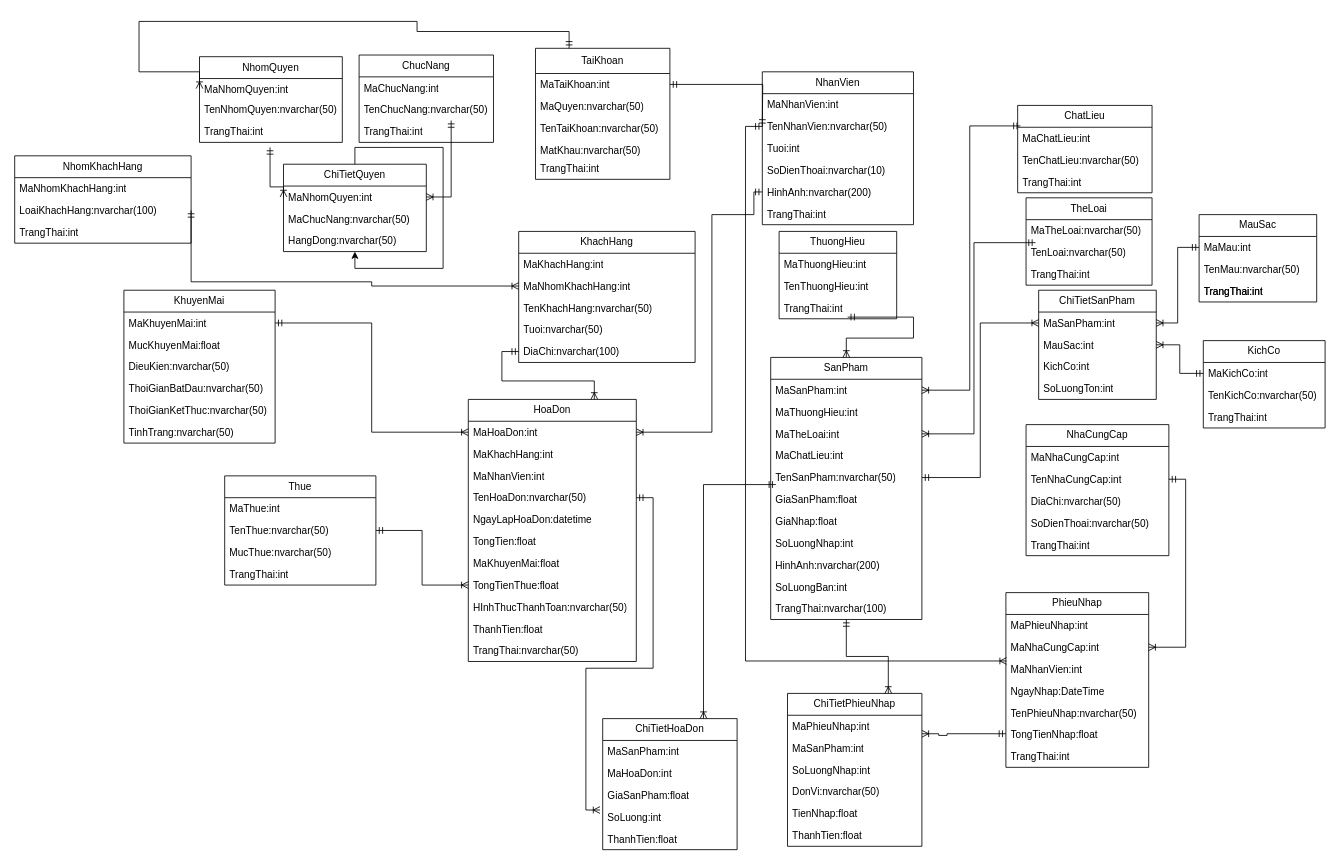
maivantai2003/SportStoreManager keeps this draw.io diagram as Biểu đồ không có tiêu đề (1).drawio. Above is the earlier version. Source tidied: cells renumbered, new cells numbered last; positions are measured from the earlier drawing's top-left corner, leaving out a move shared by most shapes. Both pictures are drawn from the tidied source at 84%, with x=0, y=0 at pixel (14, 21).
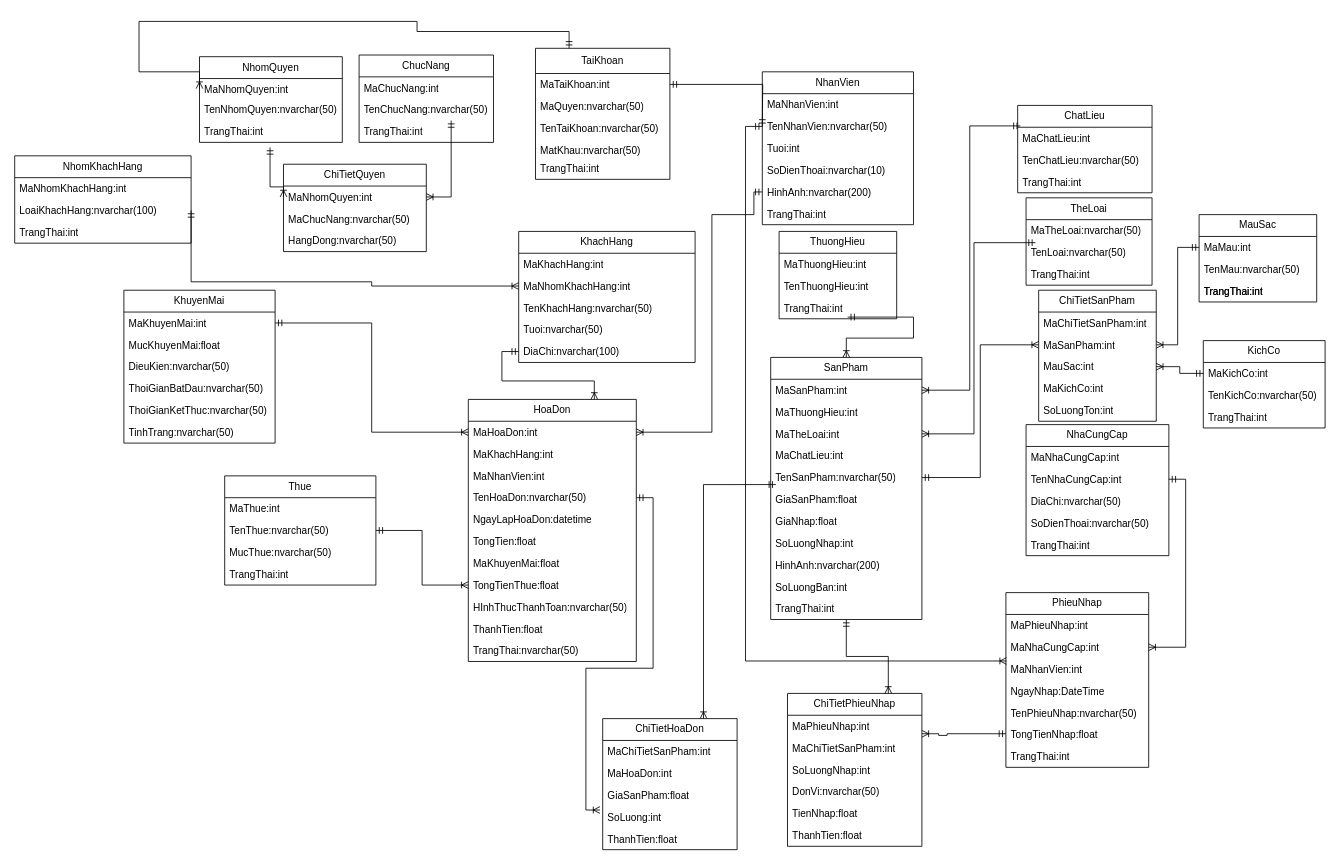
The same page after the edit.

Commit message:
Cập nhật Biểu đồ không có tiêu đề (1).drawio

The change refers to these unchanged cells:
```xml
<mxCell id="10" value="ChiTietQuyen" style="swimlane;fontStyle=0;horizontal=1;startSize=26;fillColor=none;whiteSpace=wrap;html=1;" parent="1" vertex="1">
  <mxGeometry x="320" y="170" width="170" height="104" as="geometry" />
</mxCell>
<mxCell id="41" value="SanPham" style="swimlane;fontStyle=0;horizontal=1;startSize=26;fillColor=none;whiteSpace=wrap;html=1;" parent="1" vertex="1">
  <mxGeometry x="900" y="400" width="180" height="312" as="geometry" />
</mxCell>
<mxCell id="80" value="ChiTietPhieuNhap" style="swimlane;fontStyle=0;horizontal=1;startSize=26;fillColor=none;whiteSpace=wrap;html=1;" parent="1" vertex="1">
  <mxGeometry x="920" y="800" width="160" height="182" as="geometry" />
</mxCell>
<mxCell id="110" value="ChiTietHoaDon" style="swimlane;fontStyle=0;horizontal=1;startSize=26;fillColor=none;whiteSpace=wrap;html=1;" parent="1" vertex="1">
  <mxGeometry x="700" y="830" width="160" height="156" as="geometry" />
</mxCell>
```

What changed in the source:
```diff
@@
-    <mxCell id="52" value="TrangThai:nvarchar(100)" style="text;strokeColor=none;fillColor=none;align=left;verticalAlign=top;spacingLeft=4;spacingRight=4;overflow=hidden;whiteSpace=wrap;html=1;" parent="41" vertex="1">
+    <mxCell id="52" value="TrangThai:int" style="text;strokeColor=none;fillColor=none;align=left;verticalAlign=top;spacingLeft=4;spacingRight=4;overflow=hidden;whiteSpace=wrap;html=1;" parent="41" vertex="1">
       <mxGeometry y="286" width="180" height="26" as="geometry" />
     </mxCell>
@@
-    <mxCell id="82" value="MaSanPham:int" style="text;strokeColor=none;fillColor=none;align=left;verticalAlign=top;spacingLeft=4;spacingRight=4;overflow=hidden;whiteSpace=wrap;html=1;" parent="80" vertex="1">
+    <mxCell id="82" value="MaChiTietSanPham:int" style="text;strokeColor=none;fillColor=none;align=left;verticalAlign=top;spacingLeft=4;spacingRight=4;overflow=hidden;whiteSpace=wrap;html=1;" parent="80" vertex="1">
       <mxGeometry y="52" width="160" height="26" as="geometry" />
     </mxCell>
@@
-    <mxCell id="111" value="MaSanPham:int" style="text;strokeColor=none;fillColor=none;align=left;verticalAlign=top;spacingLeft=4;spacingRight=4;overflow=hidden;whiteSpace=wrap;html=1;" parent="110" vertex="1">
+    <mxCell id="111" value="MaChiTietSanPham:int" style="text;strokeColor=none;fillColor=none;align=left;verticalAlign=top;spacingLeft=4;spacingRight=4;overflow=hidden;whiteSpace=wrap;html=1;" parent="110" vertex="1">
       <mxGeometry y="26" width="160" height="26" as="geometry" />
     </mxCell>
@@
     <mxCell id="133" value="ChiTietSanPham" style="swimlane;fontStyle=0;horizontal=1;startSize=26;fillColor=none;whiteSpace=wrap;html=1;" parent="1" vertex="1">
-      <mxGeometry x="1219" y="320" width="140" height="130" as="geometry" />
+      <mxGeometry x="1219" y="320" width="140" height="156" as="geometry" />
     </mxCell>
+    <mxCell id="148" value="MaChiTietSanPham:int" style="text;strokeColor=none;fillColor=none;align=left;verticalAlign=top;spacingLeft=4;spacingRight=4;overflow=hidden;whiteSpace=wrap;html=1;" parent="133" vertex="1">
+      <mxGeometry y="26" width="140" height="26" as="geometry" />
+    </mxCell>
     <mxCell id="134" value="MaSanPham:int" style="text;strokeColor=none;fillColor=none;align=left;verticalAlign=top;spacingLeft=4;spacingRight=4;overflow=hidden;points=[[0,0.5],[1,0.5]];portConstraint=eastwest;whiteSpace=wrap;html=1;" parent="133" vertex="1">
-      <mxGeometry y="26" width="140" height="26" as="geometry" />
+      <mxGeometry y="52" width="140" height="26" as="geometry" />
     </mxCell>
     <mxCell id="135" value="MauSac:int" style="text;strokeColor=none;fillColor=none;align=left;verticalAlign=top;spacingLeft=4;spacingRight=4;overflow=hidden;points=[[0,0.5],[1,0.5]];portConstraint=eastwest;whiteSpace=wrap;html=1;" parent="133" vertex="1">
-      <mxGeometry y="52" width="140" height="26" as="geometry" />
+      <mxGeometry y="78" width="140" height="26" as="geometry" />
     </mxCell>
-    <mxCell id="136" value="KichCo:int" style="text;strokeColor=none;fillColor=none;align=left;verticalAlign=top;spacingLeft=4;spacingRight=4;overflow=hidden;whiteSpace=wrap;html=1;" parent="133" vertex="1">
-      <mxGeometry y="78" width="140" height="26" as="geometry" />
+    <mxCell id="136" value="MaKichCo:int" style="text;strokeColor=none;fillColor=none;align=left;verticalAlign=top;spacingLeft=4;spacingRight=4;overflow=hidden;whiteSpace=wrap;html=1;" parent="133" vertex="1">
+      <mxGeometry y="104" width="140" height="26" as="geometry" />
     </mxCell>
     <mxCell id="137" value="SoLuongTon:int" style="text;strokeColor=none;fillColor=none;align=left;verticalAlign=top;spacingLeft=4;spacingRight=4;overflow=hidden;whiteSpace=wrap;html=1;" parent="133" vertex="1">
-      <mxGeometry y="104" width="140" height="26" as="geometry" />
+      <mxGeometry y="130" width="140" height="26" as="geometry" />
     </mxCell>
@@
-    <mxCell id="142" style="edgeStyle=orthogonalEdgeStyle;rounded=0;orthogonalLoop=1;jettySize=auto;html=1;exitX=0.5;exitY=0;exitDx=0;exitDy=0;" parent="1" edge="1" source="10" target="10">
-      <mxGeometry relative="1" as="geometry" />
-    </mxCell>
```
